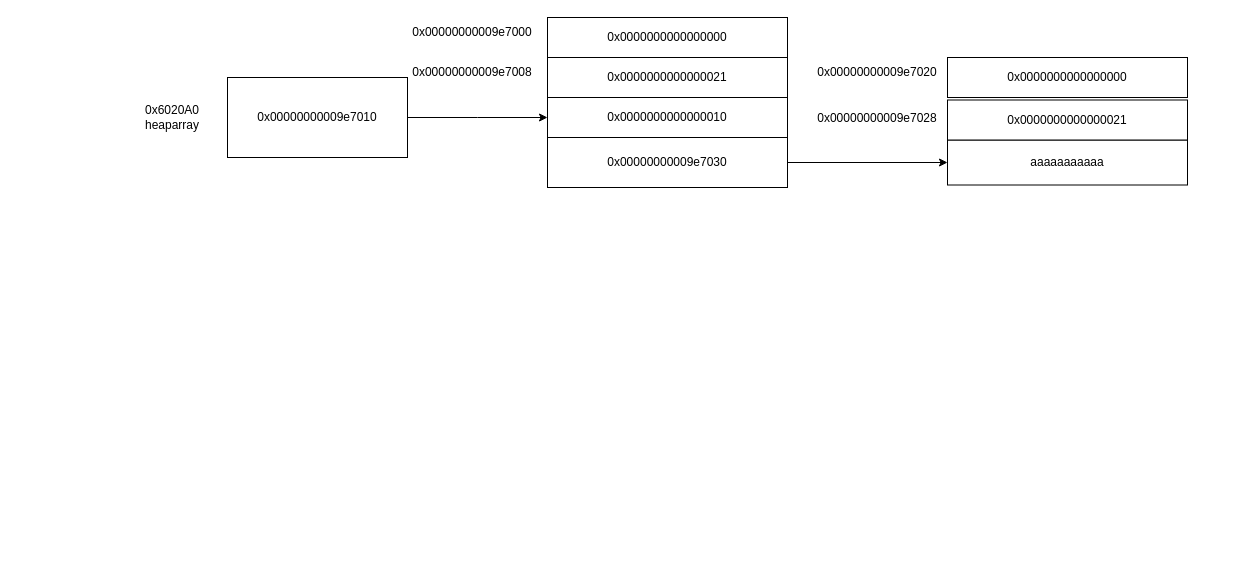
The draw.io diagram hitcontraining_heapcreator.drawio in xiaofeng789/draw, before the edit. Source tidied: cells renumbered, new cells numbered last; positions are measured from the earlier drawing's top-left corner, leaving out a move shared by most shapes. Both pictures are drawn from the tidied source at 100%, with x=0, y=0 at pixel (137, 17).
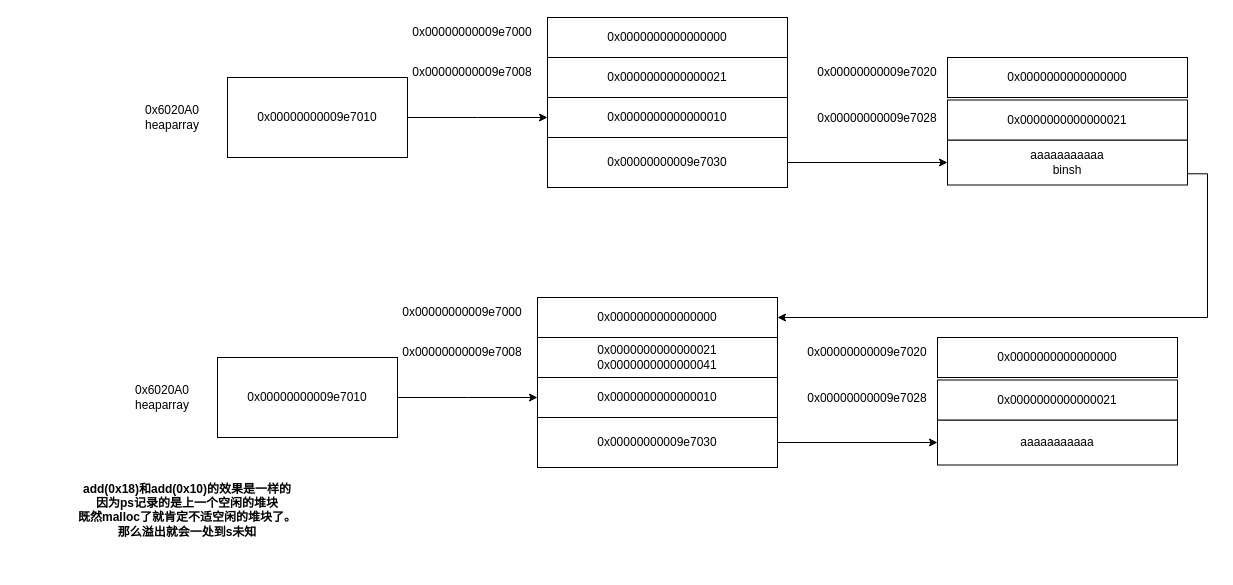
Above is the later version.

What changed in the source:
```diff
@@
+    <mxCell id="17" style="edgeStyle=orthogonalEdgeStyle;rounded=0;jettySize=auto;html=1;exitX=1;exitY=0.75;exitDx=0;exitDy=0;entryX=1;entryY=0.5;entryDx=0;entryDy=0;" parent="1" edge="1" source="8" target="27">
+      <mxGeometry relative="1" as="geometry" />
+    </mxCell>
-    <mxCell id="8" value="aaaaaaaaaaa" style="rounded=0;whiteSpace=wrap;html=1;" parent="1" vertex="1">
+    <mxCell id="8" value="aaaaaaaaaaa&lt;div&gt;binsh&lt;/div&gt;" style="rounded=0;whiteSpace=wrap;html=1;" parent="1" vertex="1">
       <mxGeometry x="810" y="122.5" width="240" height="45" as="geometry" />
     </mxCell>
@@
+    <mxCell id="18" value="&lt;b&gt;add(0x18)和add(0x10)的效果是一样的&lt;/b&gt;&lt;div&gt;&lt;b&gt;因为ps记录的是上一个空闲的堆块&lt;/b&gt;&lt;/div&gt;&lt;div&gt;&lt;b&gt;既然malloc了就肯定不适空闲的堆块了。&lt;/b&gt;&lt;/div&gt;&lt;div&gt;&lt;b&gt;那么溢出就会一处到s未知&lt;/b&gt;&lt;/div&gt;&lt;div&gt;&lt;b&gt;&lt;br&gt;&lt;/b&gt;&lt;/div&gt;" style="text;strokeColor=none;align=center;fillColor=none;html=1;verticalAlign=middle;whiteSpace=wrap;rounded=0;" parent="1" vertex="1">
+      <mxGeometry x="-120" y="450" width="340" height="100" as="geometry" />
+    </mxCell>
+    <mxCell id="19" style="edgeStyle=orthogonalEdgeStyle;rounded=0;jettySize=auto;html=1;exitX=1;exitY=0.5;exitDx=0;exitDy=0;" parent="1" edge="1" source="20">
+      <mxGeometry relative="1" as="geometry">
+        <mxPoint x="400" y="380" as="targetPoint" />
+      </mxGeometry>
+    </mxCell>
+    <mxCell id="20" value="0x00000000009e7010" style="rounded=0;whiteSpace=wrap;html=1;" parent="1" vertex="1">
+      <mxGeometry x="80" y="340" width="180" height="80" as="geometry" />
+    </mxCell>
+    <mxCell id="21" value="0x6020A0&lt;div&gt;heaparray&lt;br&gt;&lt;/div&gt;" style="text;strokeColor=none;align=center;fillColor=none;html=1;verticalAlign=middle;whiteSpace=wrap;rounded=0;" parent="1" vertex="1">
+      <mxGeometry x="-10" y="365" width="70" height="30" as="geometry" />
+    </mxCell>
+    <mxCell id="22" value="&lt;div&gt;0x0000000000000010&lt;/div&gt;" style="rounded=0;whiteSpace=wrap;html=1;" parent="1" vertex="1">
+      <mxGeometry x="400" y="360" width="240" height="40" as="geometry" />
+    </mxCell>
+    <mxCell id="23" style="edgeStyle=orthogonalEdgeStyle;rounded=0;jettySize=auto;html=1;exitX=1;exitY=0.5;exitDx=0;exitDy=0;entryX=0;entryY=0.5;entryDx=0;entryDy=0;" parent="1" edge="1" source="24" target="25">
+      <mxGeometry relative="1" as="geometry" />
+    </mxCell>
+    <mxCell id="24" value="&lt;div&gt;&lt;span style=&quot;background-color: initial;&quot;&gt;0x00000000009e7030&lt;/span&gt;&lt;/div&gt;" style="rounded=0;whiteSpace=wrap;html=1;" parent="1" vertex="1">
+      <mxGeometry x="400" y="400" width="240" height="50" as="geometry" />
+    </mxCell>
+    <mxCell id="25" value="aaaaaaaaaaa" style="rounded=0;whiteSpace=wrap;html=1;" parent="1" vertex="1">
+      <mxGeometry x="800" y="402.5" width="240" height="45" as="geometry" />
+    </mxCell>
+    <mxCell id="26" value="0x0000000000000021&lt;div&gt;0x0000000000000041&lt;/div&gt;" style="rounded=0;whiteSpace=wrap;html=1;" parent="1" vertex="1">
+      <mxGeometry x="400" y="320" width="240" height="40" as="geometry" />
+    </mxCell>
+    <mxCell id="27" value="0x0000000000000000" style="rounded=0;whiteSpace=wrap;html=1;" parent="1" vertex="1">
+      <mxGeometry x="400" y="280" width="240" height="40" as="geometry" />
+    </mxCell>
+    <mxCell id="28" value="0x00000000009e7000" style="text;strokeColor=none;align=center;fillColor=none;html=1;verticalAlign=middle;whiteSpace=wrap;rounded=0;" parent="1" vertex="1">
+      <mxGeometry x="250" y="280" width="150" height="30" as="geometry" />
+    </mxCell>
+    <mxCell id="29" value="0x00000000009e7008" style="text;strokeColor=none;align=center;fillColor=none;html=1;verticalAlign=middle;whiteSpace=wrap;rounded=0;" parent="1" vertex="1">
+      <mxGeometry x="250" y="320" width="150" height="30" as="geometry" />
+    </mxCell>
+    <mxCell id="30" value="0x00000000009e7020" style="text;strokeColor=none;align=center;fillColor=none;html=1;verticalAlign=middle;whiteSpace=wrap;rounded=0;" parent="1" vertex="1">
+      <mxGeometry x="670" y="320" width="120" height="30" as="geometry" />
+    </mxCell>
+    <mxCell id="31" value="0x00000000009e7028" style="text;strokeColor=none;align=center;fillColor=none;html=1;verticalAlign=middle;whiteSpace=wrap;rounded=0;" parent="1" vertex="1">
+      <mxGeometry x="670" y="366.2" width="120" height="30" as="geometry" />
+    </mxCell>
+    <mxCell id="32" value="0x0000000000000000" style="rounded=0;whiteSpace=wrap;html=1;" parent="1" vertex="1">
+      <mxGeometry x="800" y="320" width="240" height="40" as="geometry" />
+    </mxCell>
+    <mxCell id="33" value="0x0000000000000021" style="rounded=0;whiteSpace=wrap;html=1;" parent="1" vertex="1">
+      <mxGeometry x="800" y="362.5" width="240" height="40" as="geometry" />
+    </mxCell>
```
